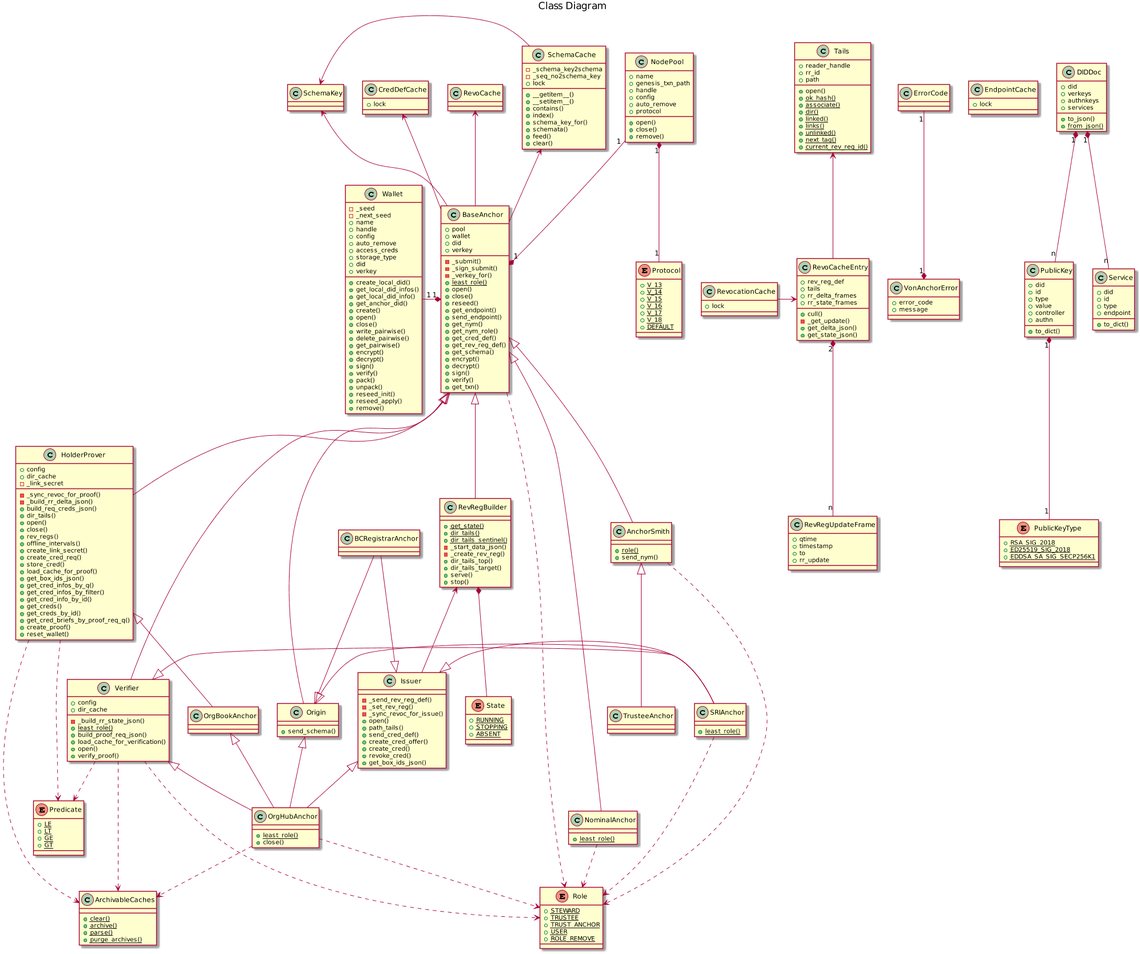
Earlier version of the PlantUML export docs/source/pic/class.png (PSPC-SPAC-buyandsell/von_anchor).
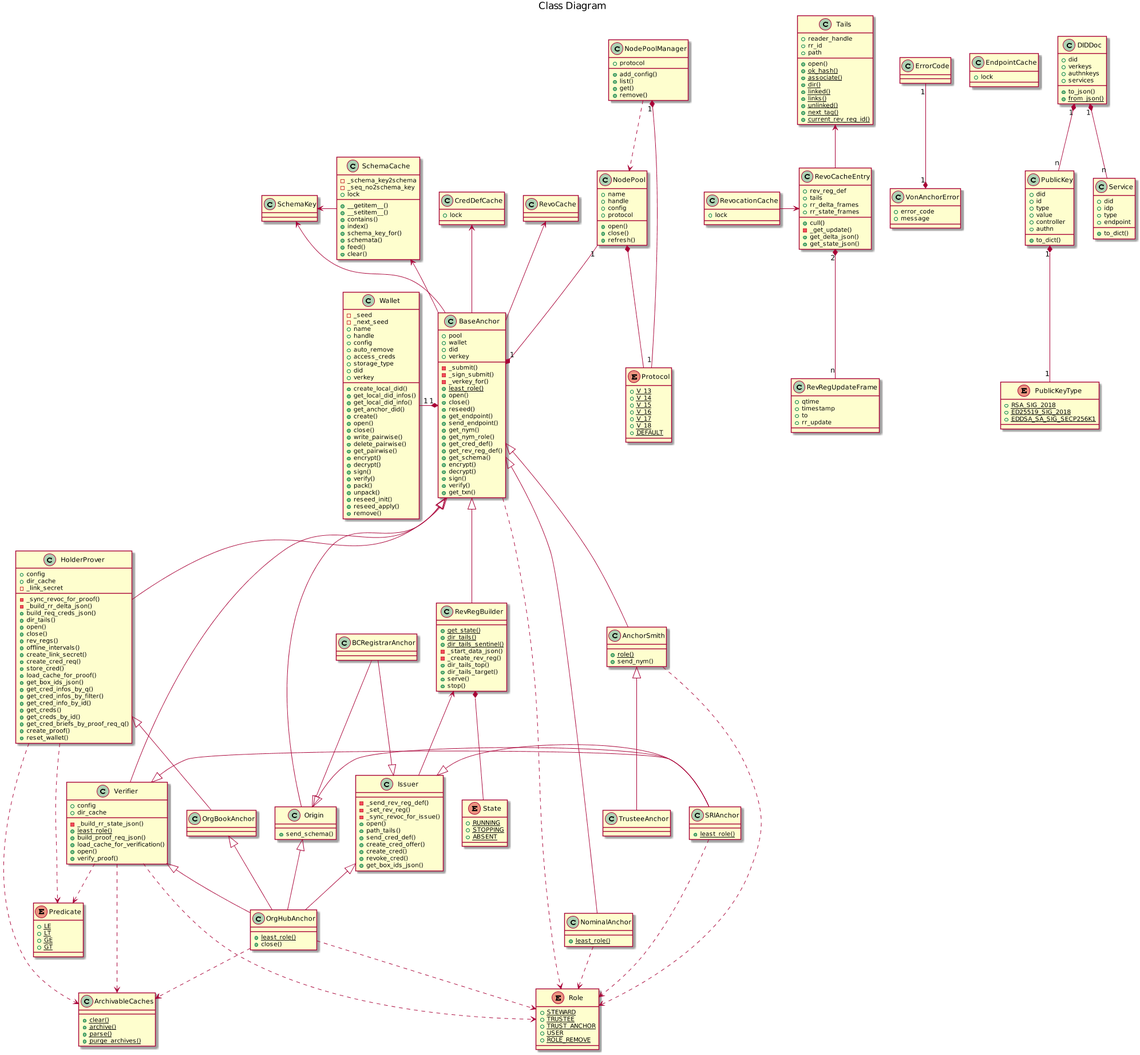
Later version of the same file.

The edit, as a diff of the source:
```diff
@@ -123,16 +123,22 @@
     {static} +DEFAULT
 }
 
+class NodePoolManager {
+    +protocol
+    +add_config()
+    +list()
+    +get()
+    +remove()
+}
+
 class NodePool {
     +name
-    +genesis_txn_path
     +handle
     +config
-    +auto_remove
     +protocol
     +open()
     +close()
-    +remove()
+    +refresh()
 }
 
 enum Predicate {
@@ -294,7 +300,7 @@
 
 class Service {
     +did
-    +id
+    +idp
     +type
     +endpoint
     +to_dict()
@@ -313,7 +319,9 @@
 SchemaCache -left-> SchemaKey
 BaseAnchor -left-> SchemaKey
 
-NodePool "1" *-- "1" Protocol
+NodePoolManager "1" *-- "1" Protocol
+NodePoolManager ..> NodePool
+NodePool *-- Protocol
 
 RevRegBuilder *-- State
 
```
